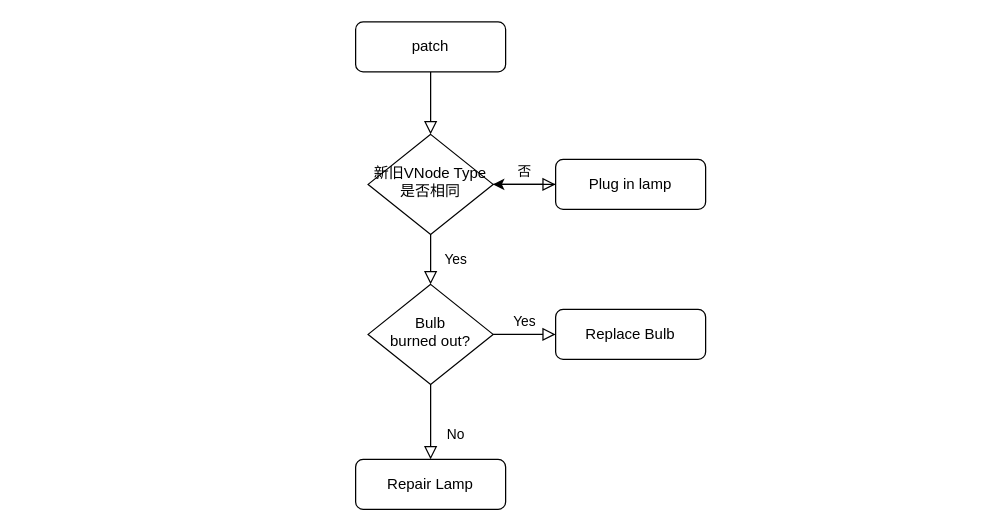
Above: public/vue.drawio in cheekahao/note (draw.io), before the change. Source tidied: cells renumbered, new cells numbered last; positions are measured from the earlier drawing's top-left corner, leaving out a move shared by most shapes. Both pictures are drawn from the tidied source at 125%, with x=0, y=0 at pixel (355, 21).
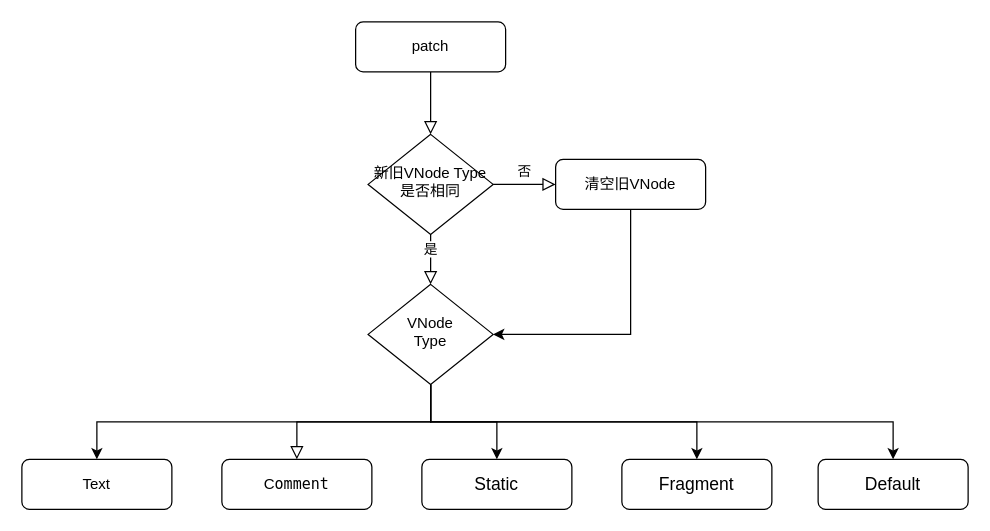
Above is the later version.

Unchanged cells that the change refers to:
```xml
<mxCell id="6" value="新旧VNode Type是否相同" style="rhombus;whiteSpace=wrap;html=1;shadow=0;fontFamily=Helvetica;fontSize=12;align=center;strokeWidth=1;spacing=6;spacingTop=-4;" parent="1" vertex="1">
  <mxGeometry x="10" y="90" width="100" height="80" as="geometry" />
</mxCell>
```

What changed in the source:
```diff
@@
-    <mxCell id="4" value="Yes" style="rounded=0;html=1;jettySize=auto;fontSize=11;endArrow=block;endFill=0;endSize=8;strokeWidth=1;shadow=0;labelBackgroundColor=none;edgeStyle=orthogonalEdgeStyle;" parent="1" edge="1" source="6" target="11">
+    <mxCell id="4" style="rounded=0;html=1;jettySize=auto;fontSize=11;endArrow=block;endFill=0;endSize=8;strokeWidth=1;shadow=0;labelBackgroundColor=none;edgeStyle=orthogonalEdgeStyle;" parent="1" edge="1" source="6" target="11">
       <mxGeometry y="20" relative="1" as="geometry" />
     </mxCell>
+    <mxCell id="7" value="是" style="edgeLabel;html=1;align=center;verticalAlign=middle;" parent="4" vertex="1">
+      <mxGeometry x="-0.47" y="-1" relative="1" as="geometry" />
+    </mxCell>
@@
-    <mxCell id="7" style="edgeStyle=orthogonalEdgeStyle;rounded=0;jettySize=auto;html=1;" parent="1" edge="1" source="8" target="6">
-      <mxGeometry relative="1" as="geometry" />
-    </mxCell>
+    <mxCell id="14" style="edgeStyle=orthogonalEdgeStyle;rounded=0;jettySize=auto;html=1;entryX=1;entryY=0.5;entryDx=0;entryDy=0;" parent="1" edge="1" source="8" target="11">
+      <mxGeometry relative="1" as="geometry">
+        <Array as="points">
+          <mxPoint x="220" y="250" />
+        </Array>
+      </mxGeometry>
+    </mxCell>
-    <mxCell id="8" value="Plug in lamp" style="rounded=1;whiteSpace=wrap;html=1;fontSize=12;glass=0;strokeWidth=1;shadow=0;" parent="1" vertex="1">
+    <mxCell id="8" value="清空旧VNode" style="rounded=1;whiteSpace=wrap;html=1;fontSize=12;glass=0;strokeWidth=1;shadow=0;" parent="1" vertex="1">
       <mxGeometry x="160" y="110" width="120" height="40" as="geometry" />
     </mxCell>
-    <mxCell id="9" value="No" style="rounded=0;html=1;jettySize=auto;fontSize=11;endArrow=block;endFill=0;endSize=8;strokeWidth=1;shadow=0;labelBackgroundColor=none;edgeStyle=orthogonalEdgeStyle;" parent="1" edge="1" source="11" target="12">
+    <mxCell id="9" value="&lt;br&gt;" style="rounded=0;html=1;jettySize=auto;fontSize=11;endArrow=block;endFill=0;endSize=8;strokeWidth=1;shadow=0;labelBackgroundColor=none;edgeStyle=orthogonalEdgeStyle;" parent="1" edge="1" source="11" target="12">
       <mxGeometry x="0.33" y="20" relative="1" as="geometry" />
     </mxCell>
-    <mxCell id="10" value="Yes" style="edgeStyle=orthogonalEdgeStyle;rounded=0;html=1;jettySize=auto;fontSize=11;endArrow=block;endFill=0;endSize=8;strokeWidth=1;shadow=0;labelBackgroundColor=none;" parent="1" edge="1" source="11" target="13">
-      <mxGeometry y="10" relative="1" as="geometry" />
-    </mxCell>
+    <mxCell id="15" style="edgeStyle=orthogonalEdgeStyle;rounded=0;jettySize=auto;html=1;exitX=0.5;exitY=1;exitDx=0;exitDy=0;entryX=0.5;entryY=0;entryDx=0;entryDy=0;fontColor=#f0f0f0;" parent="1" edge="1" source="11" target="19">
+      <mxGeometry relative="1" as="geometry" />
+    </mxCell>
+    <mxCell id="16" style="edgeStyle=orthogonalEdgeStyle;rounded=0;jettySize=auto;html=1;fontColor=#f0f0f0;" parent="1" edge="1" source="11" target="20">
+      <mxGeometry relative="1" as="geometry">
+        <Array as="points">
+          <mxPoint x="60" y="320" />
+          <mxPoint x="113" y="320" />
+        </Array>
+      </mxGeometry>
+    </mxCell>
+    <mxCell id="17" style="edgeStyle=orthogonalEdgeStyle;rounded=0;jettySize=auto;html=1;entryX=0.5;entryY=0;entryDx=0;entryDy=0;fontColor=#f0f0f0;" parent="1" edge="1" source="11" target="21">
+      <mxGeometry relative="1" as="geometry">
+        <Array as="points">
+          <mxPoint x="60" y="320" />
+          <mxPoint x="273" y="320" />
+        </Array>
+      </mxGeometry>
+    </mxCell>
+    <mxCell id="18" style="edgeStyle=orthogonalEdgeStyle;rounded=0;jettySize=auto;html=1;exitX=0.5;exitY=1;exitDx=0;exitDy=0;entryX=0.5;entryY=0;entryDx=0;entryDy=0;fontColor=#f0f0f0;" parent="1" edge="1" source="11" target="22">
+      <mxGeometry relative="1" as="geometry" />
+    </mxCell>
-    <mxCell id="11" value="Bulb&lt;br&gt;burned out?" style="rhombus;whiteSpace=wrap;html=1;shadow=0;fontFamily=Helvetica;fontSize=12;align=center;strokeWidth=1;spacing=6;spacingTop=-4;" parent="1" vertex="1">
+    <mxCell id="11" value="VNode&lt;br&gt;Type" style="rhombus;whiteSpace=wrap;html=1;shadow=0;fontFamily=Helvetica;fontSize=12;align=center;strokeWidth=1;spacing=6;spacingTop=-4;" parent="1" vertex="1">
       <mxGeometry x="10" y="210" width="100" height="80" as="geometry" />
     </mxCell>
-    <mxCell id="12" value="Repair Lamp" style="rounded=1;whiteSpace=wrap;html=1;fontSize=12;glass=0;strokeWidth=1;shadow=0;" parent="1" vertex="1">
-      <mxGeometry y="350" width="120" height="40" as="geometry" />
+    <mxCell id="12" value="C&lt;span style=&quot;font-family: menlo, monaco, &amp;quot;courier new&amp;quot;, monospace;&quot;&gt;&lt;font&gt;ommen&lt;/font&gt;&lt;/span&gt;&lt;span style=&quot;font-family: menlo, monaco, &amp;quot;courier new&amp;quot;, monospace;&quot;&gt;t&lt;/span&gt;" style="rounded=1;whiteSpace=wrap;html=1;fontSize=12;glass=0;strokeWidth=1;shadow=0;labelBackgroundColor=none;" parent="1" vertex="1">
+      <mxGeometry x="-107" y="350" width="120" height="40" as="geometry" />
     </mxCell>
-    <mxCell id="13" value="Replace Bulb" style="rounded=1;whiteSpace=wrap;html=1;fontSize=12;glass=0;strokeWidth=1;shadow=0;" parent="1" vertex="1">
-      <mxGeometry x="160" y="230" width="120" height="40" as="geometry" />
-    </mxCell>
+    <mxCell id="19" value="Text" style="rounded=1;whiteSpace=wrap;html=1;fontSize=12;glass=0;strokeWidth=1;shadow=0;" parent="1" vertex="1">
+      <mxGeometry x="-267" y="350" width="120" height="40" as="geometry" />
+    </mxCell>
+    <mxCell id="20" value="&lt;span style=&quot;font-size: 14px ; text-align: left&quot;&gt;Static&lt;/span&gt;" style="rounded=1;whiteSpace=wrap;html=1;fontSize=12;glass=0;strokeWidth=1;shadow=0;labelBackgroundColor=none;" parent="1" vertex="1">
+      <mxGeometry x="53" y="350" width="120" height="40" as="geometry" />
+    </mxCell>
+    <mxCell id="21" value="&lt;div style=&quot;text-align: left&quot;&gt;&lt;span style=&quot;font-size: 14px&quot;&gt;Fragment&lt;/span&gt;&lt;/div&gt;" style="rounded=1;whiteSpace=wrap;html=1;fontSize=12;glass=0;strokeWidth=1;shadow=0;labelBackgroundColor=none;" parent="1" vertex="1">
+      <mxGeometry x="213" y="350" width="120" height="40" as="geometry" />
+    </mxCell>
+    <mxCell id="22" value="&lt;div style=&quot;text-align: left&quot;&gt;&lt;span style=&quot;font-size: 14px&quot;&gt;Default&lt;/span&gt;&lt;/div&gt;" style="rounded=1;whiteSpace=wrap;html=1;fontSize=12;glass=0;strokeWidth=1;shadow=0;labelBackgroundColor=none;" parent="1" vertex="1">
+      <mxGeometry x="370" y="350" width="120" height="40" as="geometry" />
+    </mxCell>
```
